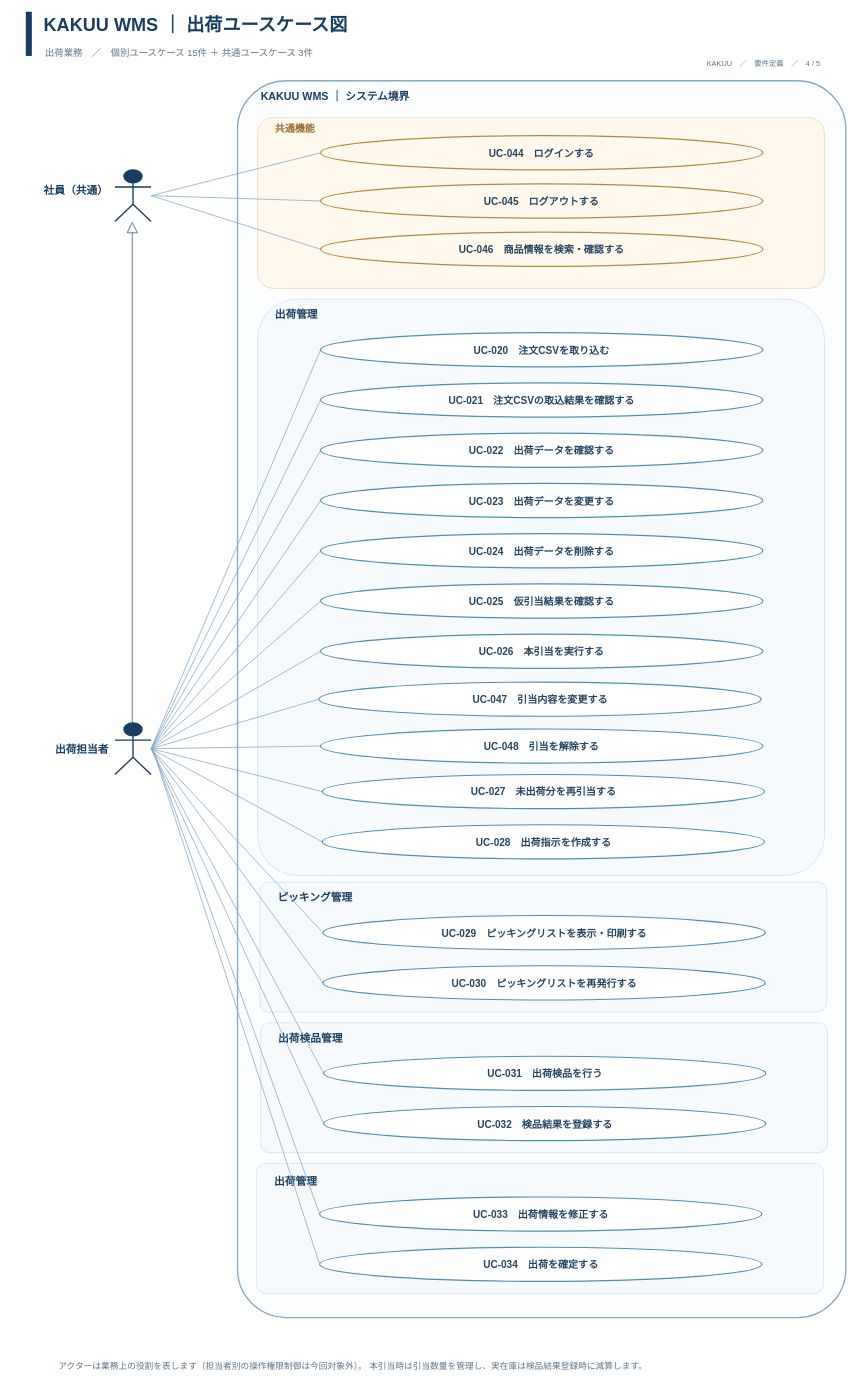
The draw.io diagram page "04_出荷" (4 of 5) of docs/3_要件定義/03_ユースケース/ドロー図/KAKUU_WMS_ユースケース図_5ページ.drawio in hino-115/kakuu-wms, before the edit. Source tidied: cells renumbered, new cells numbered last; positions are measured from the earlier drawing's top-left corner, leaving out a move shared by most shapes. Both pictures are drawn from the tidied source at 67%, with x=0, y=0 at pixel (11, 11).
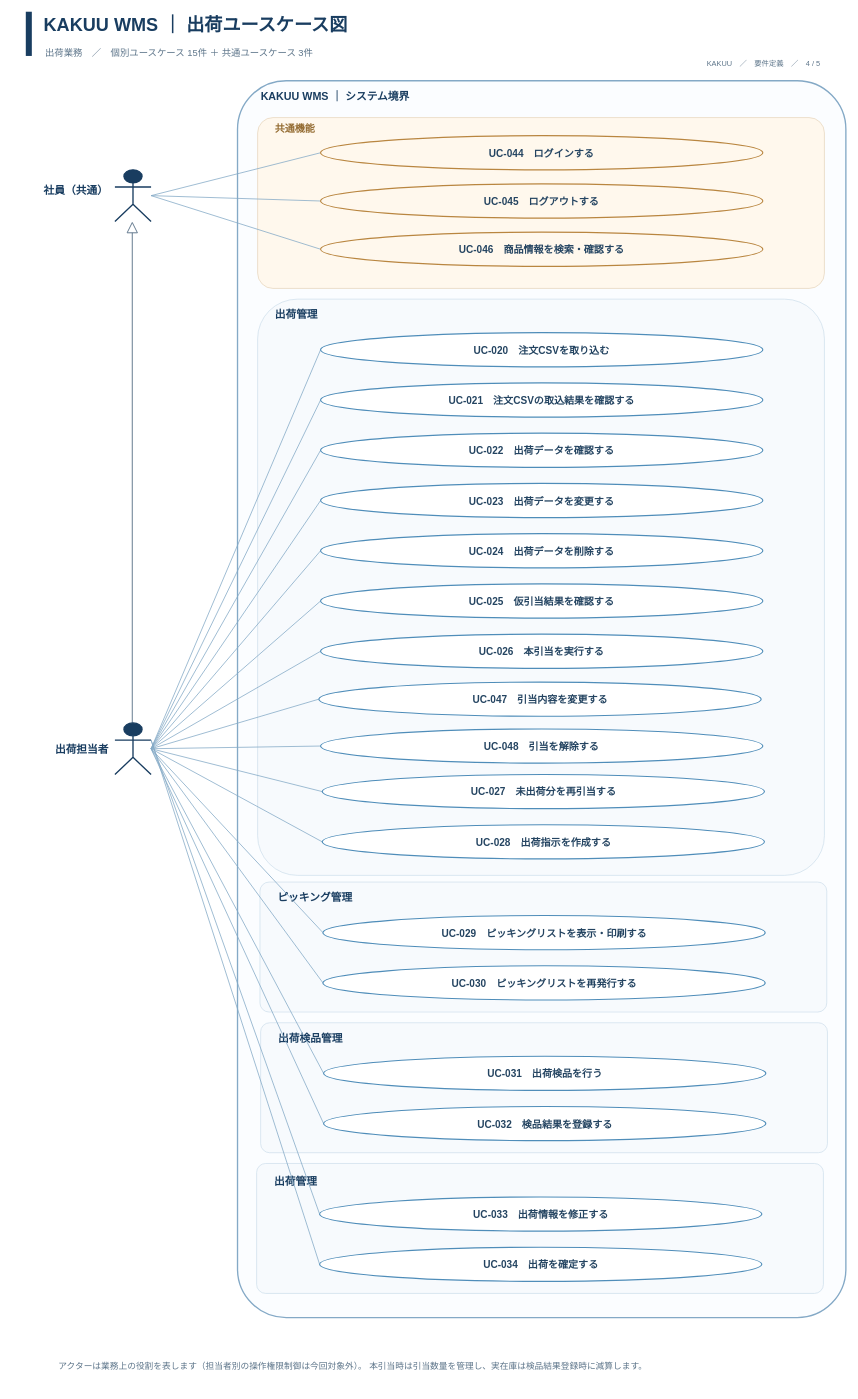
After the change.

The change refers to these unchanged cells:
```xml
<mxCell id="36" style="shape=umlActor;html=1;strokeColor=#193D60;fillColor=#193D60;strokeWidth=2;whiteSpace=wrap;" parent="1" vertex="1">
  <mxGeometry x="154" y="1061.5" width="54" height="77" as="geometry" />
</mxCell>
<mxCell id="60" value="UC-033　出荷情報を修正する" style="ellipse;whiteSpace=wrap;html=1;align=center;verticalAlign=middle;perimeter=ellipsePerimeter;fillColor=#FFFFFF;strokeColor=#4F8DB9;strokeWidth=1.7;fontSize=15;fontStyle=1;fontFamily=Arial;fontColor=#244461;spacing=7;shadow=0;" parent="1" vertex="1">
  <mxGeometry x="459.5" y="1769" width="660" height="51" as="geometry" />
</mxCell>
<mxCell id="61" value="UC-034　出荷を確定する" style="ellipse;whiteSpace=wrap;html=1;align=center;verticalAlign=middle;perimeter=ellipsePerimeter;fillColor=#FFFFFF;strokeColor=#4F8DB9;strokeWidth=1.7;fontSize=15;fontStyle=1;fontFamily=Arial;fontColor=#244461;spacing=7;shadow=0;" parent="1" vertex="1">
  <mxGeometry x="459.5" y="1844" width="660" height="51" as="geometry" />
</mxCell>
```

Change to the diagram source:
```diff
@@
-    <mxCell id="62" style="endArrow=none;startArrow=none;strokeColor=#84A9C6;strokeWidth=1.15;html=1;rounded=0;entryX=0;entryY=0.5;entryDx=0;entryDy=0;" parent="1" edge="1" target="60">
-      <mxGeometry relative="1" as="geometry">
-        <mxPoint x="210" y="1099" as="sourcePoint" />
-      </mxGeometry>
+    <mxCell id="62" style="endArrow=none;startArrow=none;strokeColor=#84A9C6;strokeWidth=1.15;html=1;rounded=0;entryX=0;entryY=0.5;entryDx=0;entryDy=0;exitX=1;exitY=0.3333333333333333;exitDx=0;exitDy=0;exitPerimeter=0;" parent="1" edge="1" source="36" target="60">
+      <mxGeometry relative="1" as="geometry" />
     </mxCell>
-    <mxCell id="63" style="endArrow=none;startArrow=none;strokeColor=#84A9C6;strokeWidth=1.15;html=1;rounded=0;entryX=0;entryY=0.5;entryDx=0;entryDy=0;" parent="1" edge="1" target="61">
-      <mxGeometry relative="1" as="geometry">
-        <mxPoint x="210" y="1099" as="sourcePoint" />
-      </mxGeometry>
+    <mxCell id="63" style="endArrow=none;startArrow=none;strokeColor=#84A9C6;strokeWidth=1.15;html=1;rounded=0;entryX=0;entryY=0.5;entryDx=0;entryDy=0;exitX=1;exitY=0.3333333333333333;exitDx=0;exitDy=0;exitPerimeter=0;" parent="1" edge="1" source="36" target="61">
+      <mxGeometry relative="1" as="geometry" />
     </mxCell>
```
